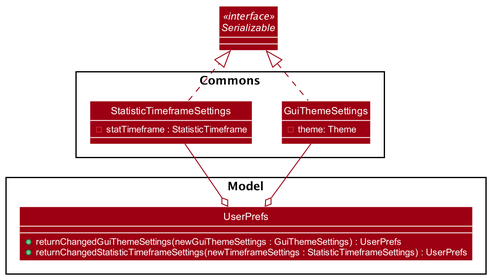
Earlier version of the PlantUML export docs/images/UserPrefsClassDiagram.png (pr4aveen/tp). Source of this version:
```plantuml
@startuml
!include detailed_style.puml
skinparam arrowThickness 1.1
skinparam arrowColor MODEL_COLOR
skinparam classBackgroundColor MODEL_COLOR

package Commons {
    class GuiThemeSettings {
        - {field} theme: Theme
    }

    class StatisticTimeframeSettings {
        - {field} statTimeframe : StatisticTimeframe
    }
}

package Model {
    class UserPrefs {
        + {method} returnChangedGuiThemeSettings(newGuiThemeSettings : GuiThemeSettings) : UserPrefs
        + {method} returnChangedStatisticTimeframeSettings(newTimeframeSettings : StatisticTimeframeSettings) : UserPrefs
    }
}

interface Serializable <<interface>>

GuiThemeSettings .up.|> Serializable
StatisticTimeframeSettings ..|>Serializable

GuiThemeSettings --o UserPrefs
StatisticTimeframeSettings --o UserPrefs

@enduml
```
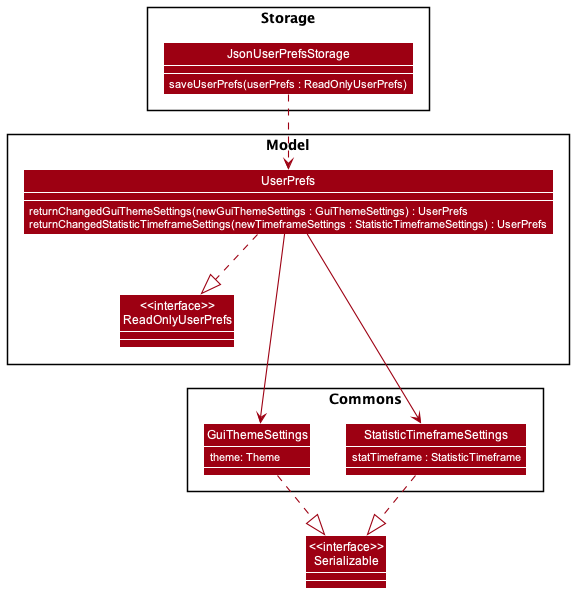
After the commit.

Diff of the diagram source:
```diff
@@ -6,27 +6,36 @@
 
 package Commons {
     class GuiThemeSettings {
-        - {field} theme: Theme
+        {field} theme: Theme
     }
 
     class StatisticTimeframeSettings {
-        - {field} statTimeframe : StatisticTimeframe
+        {field} statTimeframe : StatisticTimeframe
     }
 }
 
+class "<<interface>>\nSerializable" as Serializable
+GuiThemeSettings ..|> Serializable
+StatisticTimeframeSettings ..|>Serializable
+
 package Model {
+    class "<<interface>>\nReadOnlyUserPrefs" as ReadOnlyUserPrefs
     class UserPrefs {
-        + {method} returnChangedGuiThemeSettings(newGuiThemeSettings : GuiThemeSettings) : UserPrefs
-        + {method} returnChangedStatisticTimeframeSettings(newTimeframeSettings : StatisticTimeframeSettings) : UserPrefs
+        {method} returnChangedGuiThemeSettings(newGuiThemeSettings : GuiThemeSettings) : UserPrefs
+        {method} returnChangedStatisticTimeframeSettings(newTimeframeSettings : StatisticTimeframeSettings) : UserPrefs
     }
 }
 
-interface Serializable <<interface>>
+UserPrefs ..|> ReadOnlyUserPrefs
+UserPrefs ---> GuiThemeSettings
+UserPrefs ---> StatisticTimeframeSettings
 
-GuiThemeSettings .up.|> Serializable
-StatisticTimeframeSettings ..|>Serializable
+package Storage {
+    class JsonUserPrefsStorage {
+        {method} saveUserPrefs(userPrefs : ReadOnlyUserPrefs)
+    }
+}
 
-GuiThemeSettings --o UserPrefs
-StatisticTimeframeSettings --o UserPrefs
+JsonUserPrefsStorage ..> UserPrefs
 
 @enduml
```
